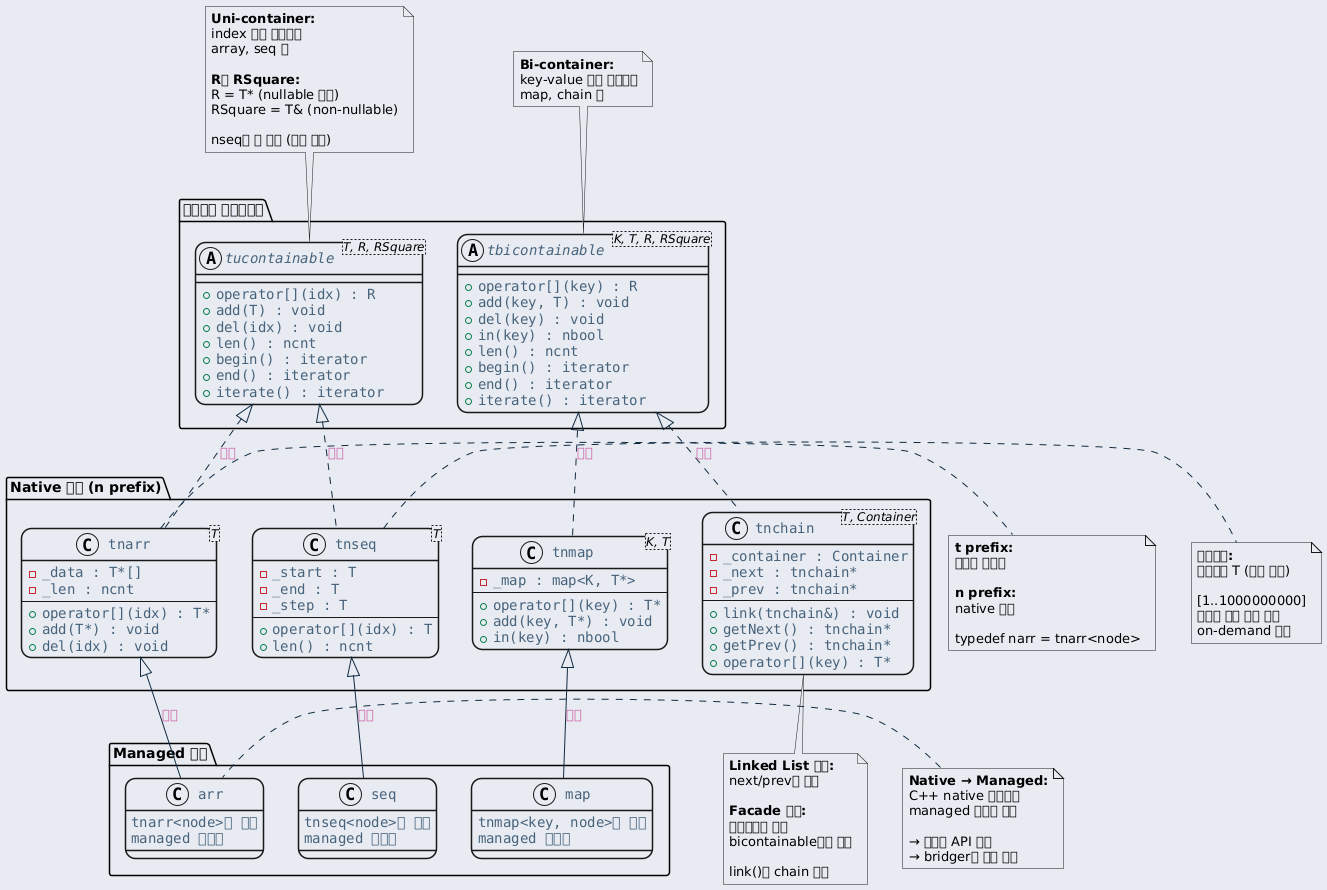
Above: ref/generated/ko/inline_umlgraph_23.png in byeolang/website (PlantUML), before the change.
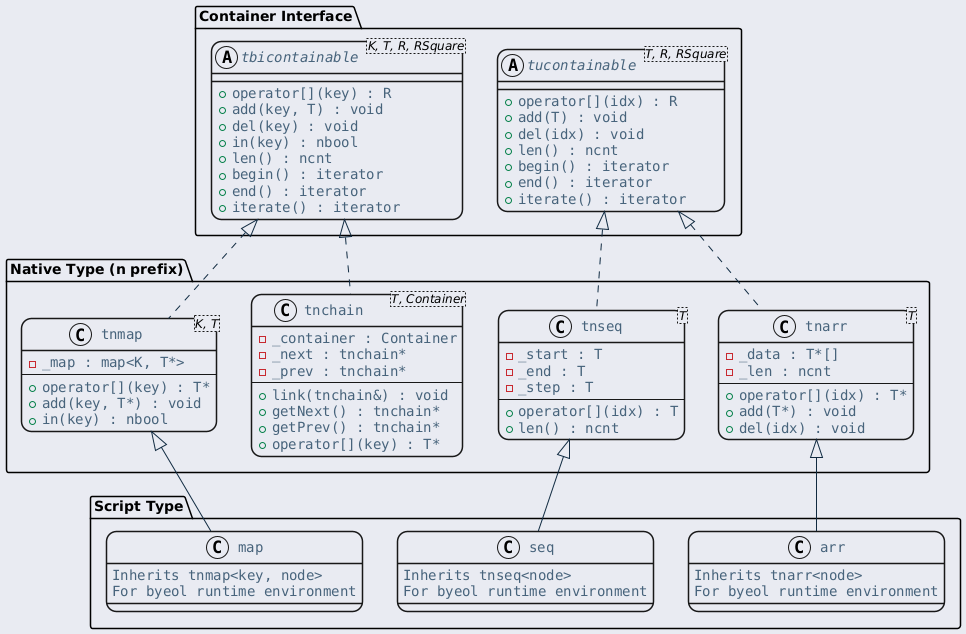
After the change.

The edit, as a diff of the source:
```diff
@@ -23,7 +23,7 @@
     }
 }
 </style>
-package "컨테이너 인터페이스" {
+package "Container Interface" {
     abstract class "tucontainable<T, R, RSquare>" as tucontainable {
         + operator[](idx) : R
         + add(T) : void
@@ -46,7 +46,7 @@
     }
 }
 
-package "Native 타입 (n prefix)" {
+package "Native Type (n prefix)" {
     class "tnarr<T>" as tnarr {
         - _data : T*[]
         - _len : ncnt
@@ -85,86 +85,29 @@
     }
 }
 
-package "Managed 타입" {
+package "Script Type" {
     class "arr" as arr {
-        tnarr<node>를 상속
-        managed 환경용
+        Inherits tnarr<node>
+        For byeol runtime environment
     }
 
     class "map" as map {
-        tnmap<key, node>를 상속
-        managed 환경용
+        Inherits tnmap<key, node>
+        For byeol runtime environment
     }
 
     class "seq" as seq {
-        tnseq<node>를 상속
-        managed 환경용
+        Inherits tnseq<node>
+        For byeol runtime environment
     }
 }
 
-note top of tucontainable
-  <b>Uni-container:</b>
-  index 기반 컨테이너
-  array, seq 등
+tucontainable <|.. tnarr
+tucontainable <|.. tnseq
+tbicontainable <|.. tnmap
+tbicontainable <|.. tnchain
 
-  <b>R과 RSquare:</b>
-  R = T* (nullable 참조)
-  RSquare = T& (non-nullable)
-
-  nseq는 값 반환 (참조 아님)
-end note
-
-note top of tbicontainable
-  <b>Bi-container:</b>
-  key-value 기반 컨테이너
-  map, chain 등
-end note
-
-note right of tnarr
-  <b>t prefix:</b>
-  클래스 템플릿
-
-  <b>n prefix:</b>
-  native 타입
-
-  typedef narr = tnarr<node>
-end note
-
-note right of tnseq
-  <b>특이사항:</b>
-  반환형이 T (참조 아님)
-
-  [1..1000000000]
-  실제로 원소 저장 안함
-  on-demand 생성
-end note
-
-note bottom of tnchain
-  <b>Linked List 구조:</b>
-  next/prev로 연결
-
-  <b>Facade 패턴:</b>
-  외부에서는 일반
-  bicontainable처럼 사용
-
-  link()로 chain 연결
-end note
-
-note left of arr
-  <b>Native → Managed:</b>
-  C++ native 클래스를
-  managed 타입이 상속
-
-  → 동일한 API 제공
-  → bridger로 쉽게 노출
-end note
-
-tucontainable <|.. tnarr : 구현
-tucontainable <|.. tnseq : 구현
-tbicontainable <|.. tnmap : 구현
-tbicontainable <|.. tnchain : 구현
-
-tnarr <|-- arr : 상속
-tnmap <|-- map : 상속
-tnseq <|-- seq : 상속
+tnarr <|-- arr
+tnmap <|-- map
+tnseq <|-- seq
 @enduml
```
